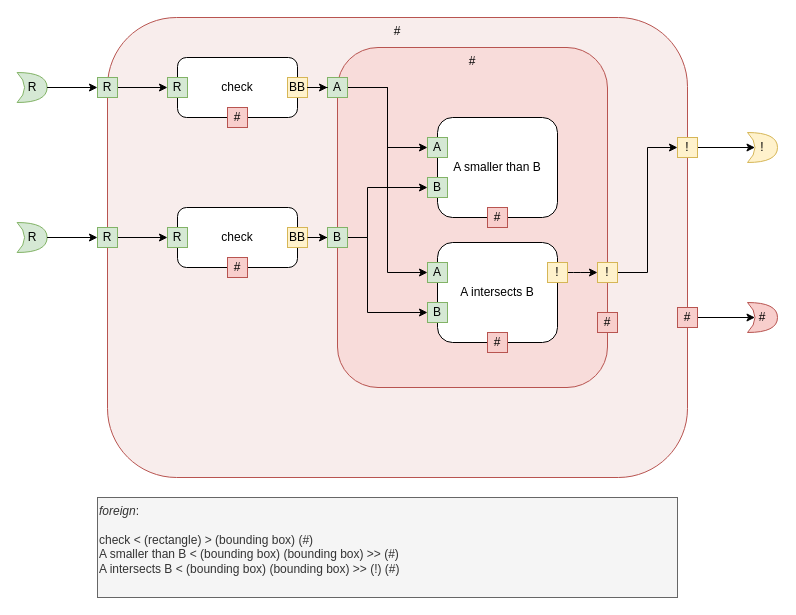
This is page "main" (1 of 29) of intersection.drawio from guitarvydas/dasl, a draw.io file, before an edit. Source tidied: cells renumbered, new cells numbered last; positions are measured from the earlier drawing's top-left corner, leaving out a move shared by most shapes. Both pictures are drawn from the tidied source at 100%, with x=0, y=0 at pixel (17, 17).
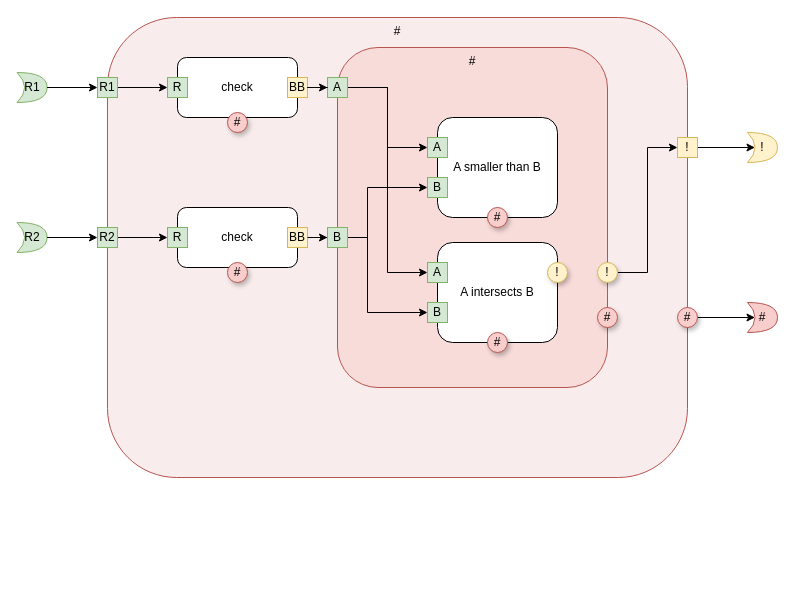
After the change.

The change refers to these unchanged cells:
```xml
<mxCell id="15" value="#" style="shape=xor;whiteSpace=wrap;html=1;fillColor=#f8cecc;strokeColor=#b85450;" parent="1" vertex="1">
  <mxGeometry x="730" y="285" width="30" height="30" as="geometry" />
</mxCell>
<mxCell id="37" value="!" style="rounded=0;whiteSpace=wrap;html=1;fillColor=#fff2cc;strokeColor=#d6b656;" parent="1" vertex="1">
  <mxGeometry x="660" y="120" width="20" height="20" as="geometry" />
</mxCell>
```

Diff of the diagram source:
```diff
@@
-    <mxCell id="9" value="#" style="rounded=0;whiteSpace=wrap;html=1;fillColor=#f8cecc;strokeColor=#b85450;" parent="1" vertex="1">
-      <mxGeometry x="210" y="90" width="20" height="20" as="geometry" />
-    </mxCell>
@@
-    <mxCell id="11" value="R" style="shape=xor;whiteSpace=wrap;html=1;fillColor=#d5e8d4;strokeColor=#82b366;" parent="1" vertex="1">
+    <mxCell id="11" value="R1" style="shape=xor;whiteSpace=wrap;html=1;fillColor=#d5e8d4;strokeColor=#82b366;" parent="1" vertex="1">
       <mxGeometry x="-0.4" y="55" width="30" height="30" as="geometry" />
     </mxCell>
@@
-    <mxCell id="13" value="R" style="shape=xor;whiteSpace=wrap;html=1;fillColor=#d5e8d4;strokeColor=#82b366;" parent="1" vertex="1">
+    <mxCell id="13" value="R2" style="shape=xor;whiteSpace=wrap;html=1;fillColor=#d5e8d4;strokeColor=#82b366;" parent="1" vertex="1">
       <mxGeometry x="-0.4" y="205" width="30" height="30" as="geometry" />
     </mxCell>
@@
-    <mxCell id="21" value="#" style="rounded=0;whiteSpace=wrap;html=1;fillColor=#f8cecc;strokeColor=#b85450;" parent="1" vertex="1">
-      <mxGeometry x="210" y="240" width="20" height="20" as="geometry" />
-    </mxCell>
@@
-    <mxCell id="24" value="#" style="rounded=0;whiteSpace=wrap;html=1;fillColor=#f8cecc;strokeColor=#b85450;" parent="1" vertex="1">
-      <mxGeometry x="470" y="190" width="20" height="20" as="geometry" />
-    </mxCell>
@@
-    <mxCell id="28" style="edgeStyle=orthogonalEdgeStyle;curved=1;jettySize=auto;html=1;exitX=1;exitY=0.5;exitDx=0;exitDy=0;entryX=0;entryY=0.5;entryDx=0;entryDy=0;strokeColor=#000000;strokeWidth=1;" parent="1" edge="1" source="29" target="39">
-      <mxGeometry relative="1" as="geometry" />
-    </mxCell>
-    <mxCell id="29" value="!" style="rounded=0;whiteSpace=wrap;html=1;fillColor=#fff2cc;strokeColor=#d6b656;" parent="1" vertex="1">
-      <mxGeometry x="530" y="245" width="20" height="20" as="geometry" />
-    </mxCell>
-    <mxCell id="30" value="#" style="rounded=0;whiteSpace=wrap;html=1;fillColor=#f8cecc;strokeColor=#b85450;" parent="1" vertex="1">
-      <mxGeometry x="470" y="315" width="20" height="20" as="geometry" />
-    </mxCell>
@@
-    <mxCell id="32" style="edgeStyle=orthogonalEdgeStyle;rounded=0;jettySize=auto;html=1;exitX=1;exitY=0.5;exitDx=0;exitDy=0;entryX=0.25;entryY=0.5;entryDx=0;entryDy=0;entryPerimeter=0;" parent="1" edge="1" source="33" target="15">
-      <mxGeometry relative="1" as="geometry" />
-    </mxCell>
-    <mxCell id="33" value="#" style="rounded=0;whiteSpace=wrap;html=1;fillColor=#f8cecc;strokeColor=#b85450;" parent="1" vertex="1">
-      <mxGeometry x="660" y="290" width="20" height="20" as="geometry" />
-    </mxCell>
-    <mxCell id="34" value="&lt;i&gt;foreign&lt;/i&gt;:&lt;br&gt;&lt;br&gt;check &amp;lt; (rectangle) &amp;gt; (bounding box) (#)&lt;br&gt;A smaller than B &amp;lt; (bounding box) (bounding box) &amp;gt;&amp;gt; (#)&lt;br&gt;A intersects B &amp;lt; (bounding box) (bounding box) &amp;gt;&amp;gt; (!) (#)" style="rounded=0;whiteSpace=wrap;html=1;fillColor=#f5f5f5;strokeColor=#666666;fontColor=#333333;align=left;verticalAlign=top;" parent="1" vertex="1">
-      <mxGeometry x="80" y="480" width="580" height="100" as="geometry" />
-    </mxCell>
-    <mxCell id="35" value="#" style="rounded=0;whiteSpace=wrap;html=1;fillColor=#f8cecc;strokeColor=#b85450;" parent="1" vertex="1">
-      <mxGeometry x="580" y="295" width="20" height="20" as="geometry" />
-    </mxCell>
@@
-    <mxCell id="38" style="edgeStyle=orthogonalEdgeStyle;jettySize=auto;html=1;entryX=0;entryY=0.5;entryDx=0;entryDy=0;strokeColor=#000000;strokeWidth=1;rounded=0;" parent="1" edge="1" source="39" target="37">
-      <mxGeometry relative="1" as="geometry" />
-    </mxCell>
-    <mxCell id="39" value="!" style="rounded=0;whiteSpace=wrap;html=1;fillColor=#fff2cc;strokeColor=#d6b656;" parent="1" vertex="1">
-      <mxGeometry x="580" y="245" width="20" height="20" as="geometry" />
-    </mxCell>
@@
-    <mxCell id="44" value="R" style="rounded=0;whiteSpace=wrap;html=1;fillColor=#d5e8d4;strokeColor=#82b366;" parent="1" vertex="1">
+    <mxCell id="44" value="R1" style="rounded=0;whiteSpace=wrap;html=1;fillColor=#d5e8d4;strokeColor=#82b366;" parent="1" vertex="1">
       <mxGeometry x="80" y="60" width="20" height="20" as="geometry" />
     </mxCell>
@@
-    <mxCell id="46" value="R" style="rounded=0;whiteSpace=wrap;html=1;fillColor=#d5e8d4;strokeColor=#82b366;" parent="1" vertex="1">
+    <mxCell id="46" value="R2" style="rounded=0;whiteSpace=wrap;html=1;fillColor=#d5e8d4;strokeColor=#82b366;" parent="1" vertex="1">
       <mxGeometry x="80" y="210" width="20" height="20" as="geometry" />
     </mxCell>
@@
+    <mxCell id="48" value="!" style="ellipse;whiteSpace=wrap;html=1;shadow=1;fillColor=#fff2cc;strokeColor=#d6b656;" parent="1" vertex="1">
+      <mxGeometry x="530" y="245" width="20" height="20" as="geometry" />
+    </mxCell>
+    <mxCell id="49" value="#" style="ellipse;whiteSpace=wrap;html=1;shadow=1;fillColor=#f8cecc;strokeColor=#b85450;" parent="1" vertex="1">
+      <mxGeometry x="470" y="190" width="20" height="20" as="geometry" />
+    </mxCell>
+    <mxCell id="50" value="#" style="ellipse;whiteSpace=wrap;html=1;shadow=1;fillColor=#f8cecc;strokeColor=#b85450;" parent="1" vertex="1">
+      <mxGeometry x="470" y="315" width="20" height="20" as="geometry" />
+    </mxCell>
+    <mxCell id="51" value="#" style="ellipse;whiteSpace=wrap;html=1;shadow=1;fillColor=#f8cecc;strokeColor=#b85450;" parent="1" vertex="1">
+      <mxGeometry x="210" y="95" width="20" height="20" as="geometry" />
+    </mxCell>
+    <mxCell id="52" value="#" style="ellipse;whiteSpace=wrap;html=1;shadow=1;fillColor=#f8cecc;strokeColor=#b85450;" parent="1" vertex="1">
+      <mxGeometry x="210" y="245" width="20" height="20" as="geometry" />
+    </mxCell>
+    <mxCell id="53" style="edgeStyle=orthogonalEdgeStyle;rounded=0;jettySize=auto;html=1;exitX=1;exitY=0.5;exitDx=0;exitDy=0;entryX=0.25;entryY=0.5;entryDx=0;entryDy=0;entryPerimeter=0;" parent="1" edge="1" source="54" target="15">
+      <mxGeometry relative="1" as="geometry" />
+    </mxCell>
+    <mxCell id="54" value="#" style="ellipse;whiteSpace=wrap;html=1;shadow=1;fillColor=#f8cecc;strokeColor=#b85450;" parent="1" vertex="1">
+      <mxGeometry x="660" y="290" width="20" height="20" as="geometry" />
+    </mxCell>
+    <mxCell id="55" value="#" style="ellipse;whiteSpace=wrap;html=1;shadow=1;fillColor=#f8cecc;strokeColor=#b85450;" parent="1" vertex="1">
+      <mxGeometry x="580" y="290" width="20" height="20" as="geometry" />
+    </mxCell>
+    <mxCell id="56" style="edgeStyle=orthogonalEdgeStyle;rounded=0;jettySize=auto;html=1;exitX=1;exitY=0.5;exitDx=0;exitDy=0;entryX=0;entryY=0.5;entryDx=0;entryDy=0;" parent="1" edge="1" source="57" target="37">
+      <mxGeometry relative="1" as="geometry" />
+    </mxCell>
+    <mxCell id="57" value="!" style="ellipse;whiteSpace=wrap;html=1;shadow=1;fillColor=#fff2cc;strokeColor=#d6b656;" parent="1" vertex="1">
+      <mxGeometry x="580" y="245" width="20" height="20" as="geometry" />
+    </mxCell>
```
